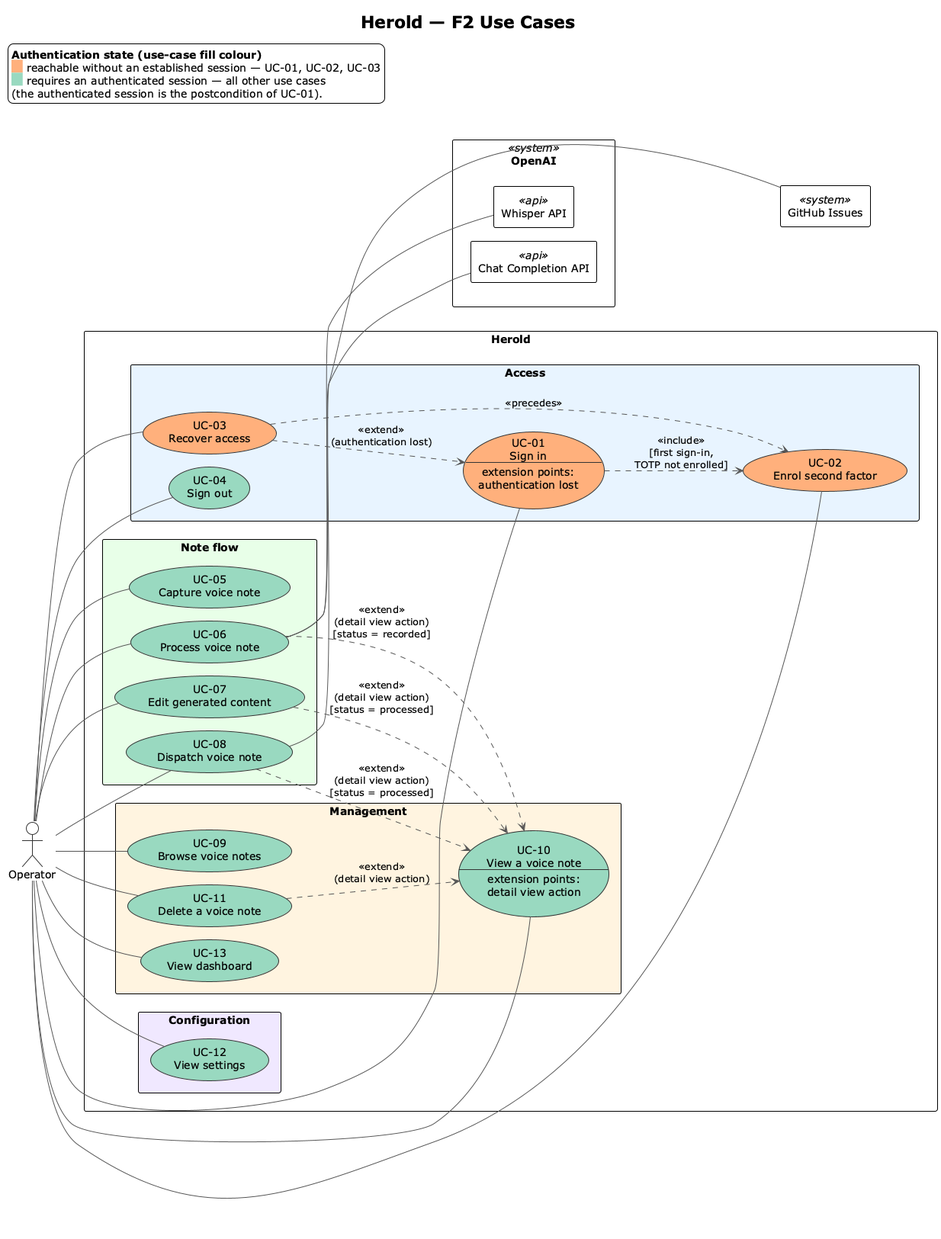
Before: docs/spec/diagrams-png/f2-use-cases.png, a diagram exported from PlantUML (carstenlucke/herold).
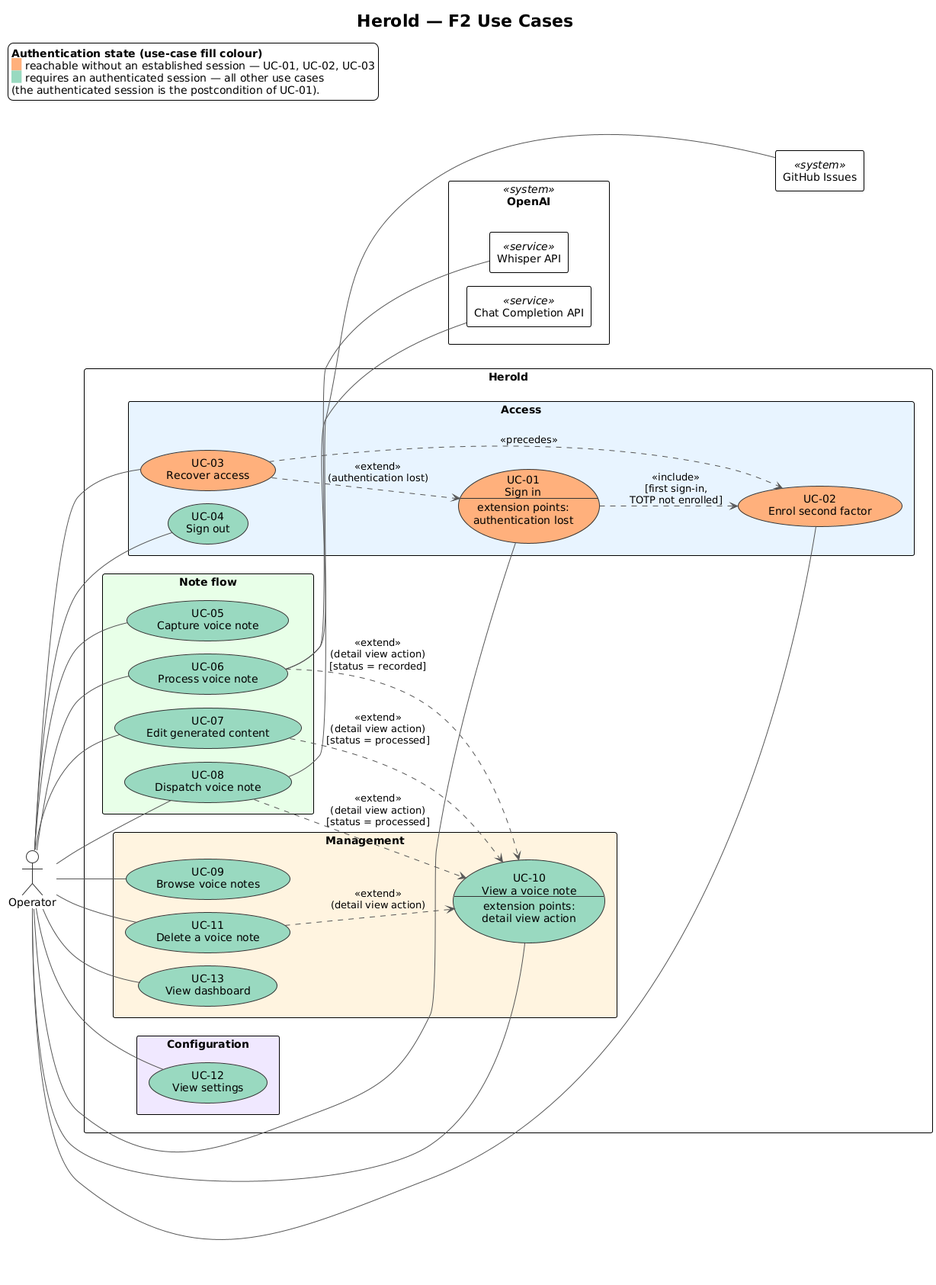
Above is the later version.

Commit message:
docs(spec): keep F2 use cases free of implementation detail (#47)

Change to the diagram source:
```diff
@@ -44,8 +44,8 @@
 }
 
 rectangle "OpenAI" <<system>> as OPENAI {
-  rectangle "Whisper API"         <<api>> as WHISPER
-  rectangle "Chat Completion API" <<api>> as CHAT
+  rectangle "Whisper API"         <<service>> as WHISPER
+  rectangle "Chat Completion API" <<service>> as CHAT
 }
 rectangle "GitHub Issues" <<system>> as GH
 
```
